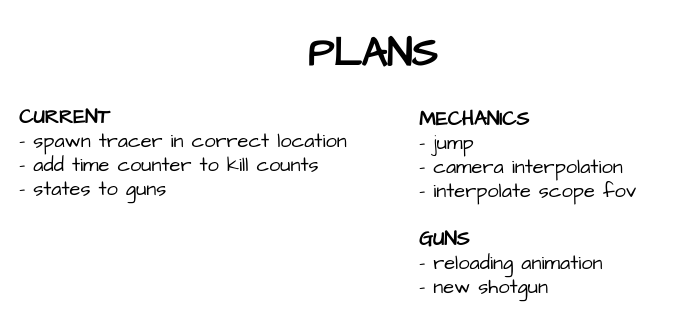
Above: plans.drawio in HasChad/bevy-shooting-range (draw.io), before the change. Source tidied: cells renumbered, new cells numbered last; positions are measured from the earlier drawing's top-left corner, leaving out a move shared by most shapes. Both pictures are drawn from the tidied source at 100%, with x=0, y=0 at pixel (17, 17).
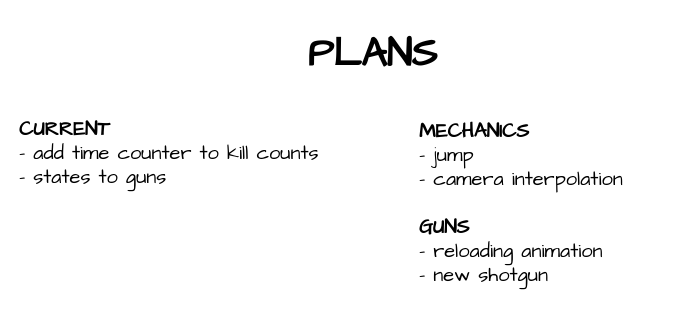
The same diagram, later.

Commit message (it also covers changes not shown here):
- few code refactoring - weapon.rs for creating new guns - updated plans

Diff of the diagram source:
```diff
@@
 <mxGraphModel>
   <root>
     <mxCell id="0" />
     <mxCell id="1" parent="0" />
-    <mxCell id="2" value="&lt;b&gt;MECHANICS&lt;/b&gt;&lt;br&gt;- jump&lt;br&gt;- camera interpolation&lt;br&gt;- interpolate scope fov&lt;br&gt;&lt;br&gt;&lt;b&gt;GUNS&lt;br&gt;&lt;/b&gt;- reloading animation&lt;br&gt;- new shotgun" style="text;html=1;align=left;verticalAlign=middle;strokeColor=none;fillColor=none;fontSize=20;fontFamily=Architects Daughter;sketch=1;hachureGap=4;jiggle=2;curveFitting=1;" parent="1" vertex="1">
-      <mxGeometry x="400" y="80" width="240" height="210" as="geometry" />
+    <mxCell id="2" value="&lt;b&gt;MECHANICS&lt;/b&gt;&lt;br&gt;- jump&lt;br&gt;- camera interpolation&lt;br&gt;&lt;br&gt;&lt;b&gt;GUNS&lt;br&gt;&lt;/b&gt;- reloading animation&lt;br&gt;- new shotgun" style="text;html=1;align=left;verticalAlign=middle;strokeColor=none;fillColor=none;fontSize=20;fontFamily=Architects Daughter;sketch=1;hachureGap=4;jiggle=2;curveFitting=1;" parent="1" vertex="1">
+      <mxGeometry x="400" y="95" width="230" height="180" as="geometry" />
     </mxCell>
-    <mxCell id="3" value="&lt;b&gt;CURRENT&lt;br&gt;&lt;/b&gt;- spawn tracer in correct location&lt;br&gt;- add time counter to kill counts&lt;br&gt;- states to guns" style="text;html=1;align=left;verticalAlign=middle;strokeColor=none;fillColor=none;fontSize=20;fontFamily=Architects Daughter;sketch=1;hachureGap=4;jiggle=2;curveFitting=1;" parent="1" vertex="1">
-      <mxGeometry y="80" width="350" height="110" as="geometry" />
+    <mxCell id="3" value="&lt;b&gt;CURRENT&lt;/b&gt;&lt;br&gt;- add time counter to kill counts&lt;br&gt;- states to guns" style="text;html=1;align=left;verticalAlign=middle;strokeColor=none;fillColor=none;fontSize=20;fontFamily=Architects Daughter;sketch=1;hachureGap=4;jiggle=2;curveFitting=1;" parent="1" vertex="1">
+      <mxGeometry y="90" width="320" height="90" as="geometry" />
     </mxCell>
     <mxCell id="4" value="&lt;p style=&quot;line-height: 100%;&quot;&gt;&lt;b style=&quot;&quot;&gt;&lt;font style=&quot;font-size: 40px;&quot;&gt;PLANS&lt;/font&gt;&lt;/b&gt;&lt;/p&gt;" style="text;html=1;align=center;verticalAlign=middle;strokeColor=none;fillColor=none;fontSize=20;fontFamily=Architects Daughter;sketch=1;hachureGap=4;jiggle=2;curveFitting=1;" parent="1" vertex="1">
       <mxGeometry x="280" width="150" height="80" as="geometry" />
     </mxCell>
   </root>
 </mxGraphModel>
```
